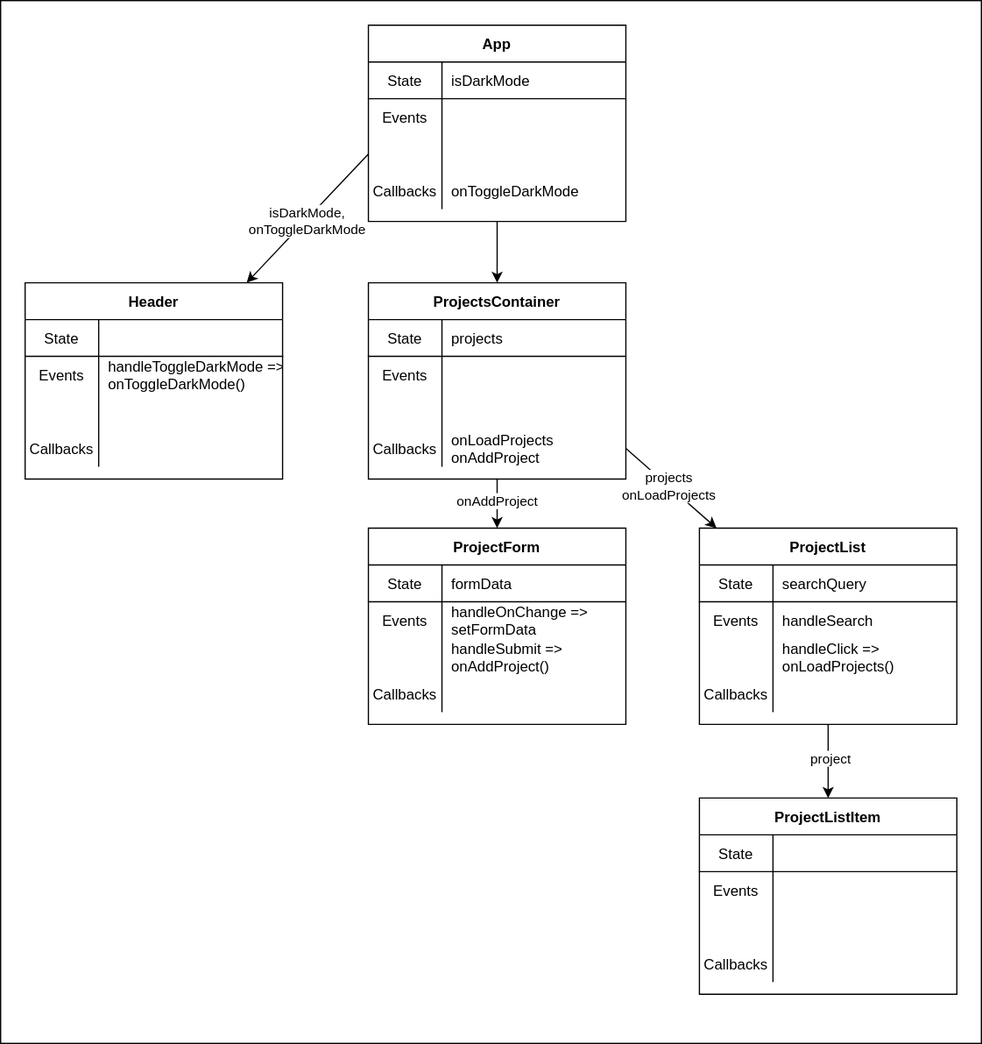
Before: 05_side_effects_and_data_fetching/assets/component-hierarchy-diagram.drawio.svg, a diagram exported from draw.io (learn-co-students/SENG-LIVE-082922-phase-2-react). Source tidied: cells renumbered, new cells last; positions are measured from the earlier drawing's top-left corner, leaving out a move shared by most shapes.
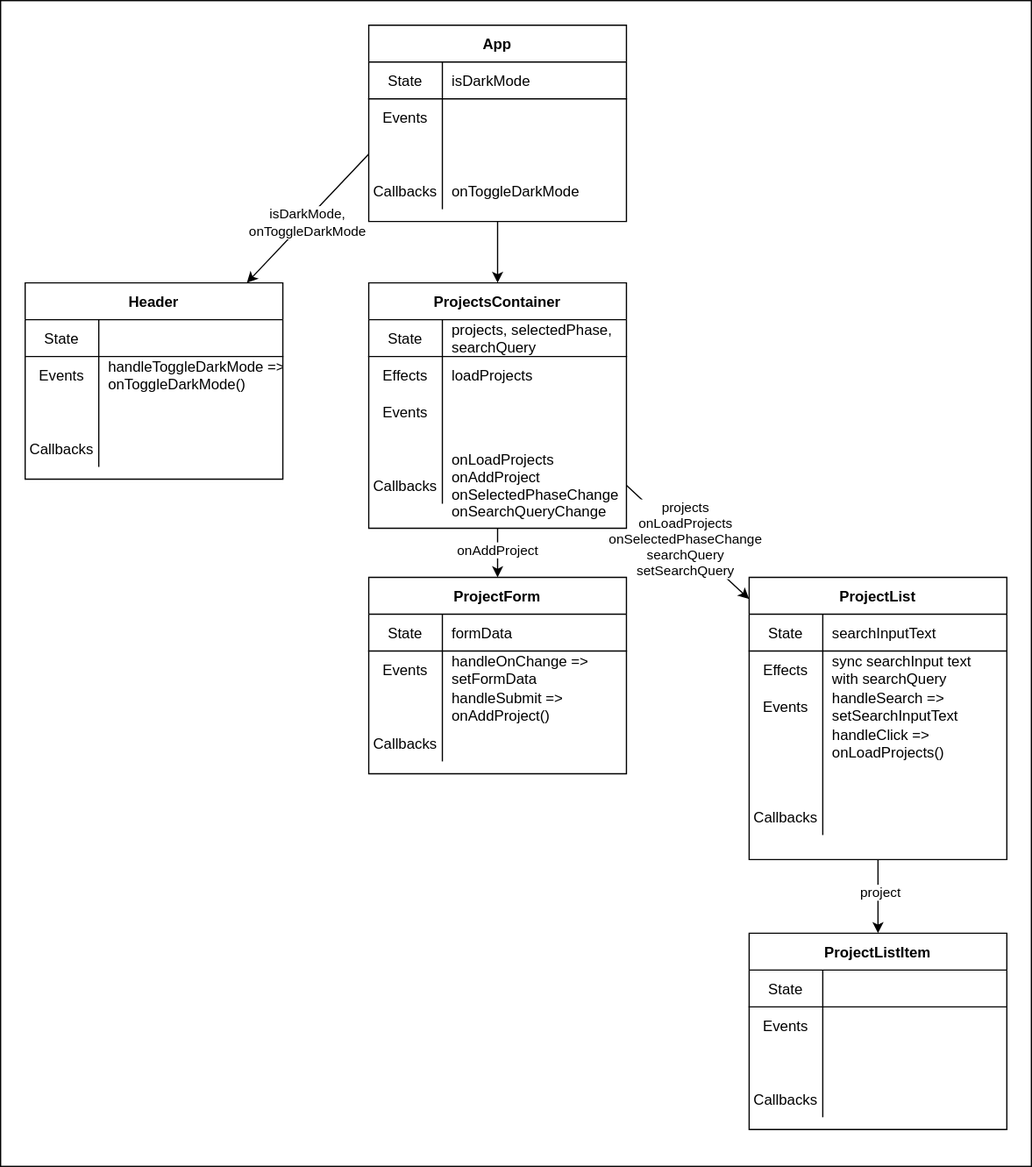
Above is the later version.

Change to the diagram source:
```diff
@@ -3,7 +3,7 @@
     <mxCell id="0" />
     <mxCell id="1" parent="0" />
     <mxCell id="2" style="rounded=0;whiteSpace=wrap;html=1;" parent="1" vertex="1">
-      <mxGeometry width="800" height="850" as="geometry" />
+      <mxGeometry width="840" height="950" as="geometry" />
     </mxCell>
     <mxCell id="3" style="edgeStyle=none;html=1;exitX=0;exitY=0.5;exitDx=0;exitDy=0;" parent="1" edge="1" source="17" target="23">
       <mxGeometry relative="1" as="geometry" />
@@ -11,10 +11,8 @@
     <mxCell id="4" value="&lt;font&gt;isDarkMode,&lt;br&gt;onToggleDarkMode&lt;/font&gt;" style="edgeLabel;html=1;align=center;verticalAlign=middle;fontColor=default;" parent="3" vertex="1">
       <mxGeometry x="0.03" y="1" relative="1" as="geometry" />
     </mxCell>
-    <mxCell id="5" style="edgeStyle=none;html=1;" parent="1" edge="1" target="36">
-      <mxGeometry relative="1" as="geometry">
-        <mxPoint x="405" y="390" as="sourcePoint" />
-      </mxGeometry>
+    <mxCell id="5" style="edgeStyle=none;html=1;exitX=0.5;exitY=1;exitDx=0;exitDy=0;" parent="1" edge="1" source="77" target="36">
+      <mxGeometry relative="1" as="geometry" />
     </mxCell>
     <mxCell id="6" value="onAddProject" style="edgeLabel;html=1;align=center;verticalAlign=middle;" parent="5" vertex="1">
       <mxGeometry x="-0.13" y="-1" relative="1" as="geometry" />
@@ -22,7 +20,7 @@
     <mxCell id="7" style="edgeStyle=none;html=1;exitX=1;exitY=0.5;exitDx=0;exitDy=0;" parent="1" edge="1" source="87" target="51">
       <mxGeometry relative="1" as="geometry" />
     </mxCell>
-    <mxCell id="8" value="&lt;font&gt;projects&lt;br&gt;onLoadProjects&lt;/font&gt;" style="edgeLabel;html=1;align=center;verticalAlign=middle;fontColor=default;" parent="7" vertex="1">
+    <mxCell id="8" value="&lt;font&gt;projects&lt;br&gt;onLoadProjects&lt;br&gt;onSelectedPhaseChange&lt;br&gt;searchQuery&lt;br&gt;setSearchQuery&lt;br&gt;&lt;/font&gt;" style="edgeLabel;html=1;align=center;verticalAlign=middle;fontColor=default;" parent="7" vertex="1">
       <mxGeometry x="-0.06" relative="1" as="geometry" />
     </mxCell>
     <mxCell id="9" style="edgeStyle=none;html=1;entryX=0.5;entryY=0;entryDx=0;entryDy=0;" parent="1" edge="1" source="10" target="77">
@@ -107,7 +105,7 @@
       <mxGeometry x="60" width="150" height="30" as="geometry" />
     </mxCell>
     <mxCell id="36" value="ProjectForm" style="shape=table;startSize=30;rowLines=0;fontStyle=1;align=center;" parent="1" vertex="1">
-      <mxGeometry x="300" y="430" width="210" height="160" as="geometry" />
+      <mxGeometry x="300" y="470" width="210" height="160" as="geometry" />
     </mxCell>
     <mxCell id="37" style="shape=partialRectangle;fillColor=none;top=0;left=0;bottom=1;right=0;" parent="36" vertex="1">
       <mxGeometry y="30" width="210" height="30" as="geometry" />
@@ -152,7 +150,7 @@
       <mxGeometry x="-0.12" y="1" relative="1" as="geometry" />
     </mxCell>
     <mxCell id="51" value="ProjectList" style="shape=table;startSize=30;rowLines=0;fontStyle=1;align=center;" parent="1" vertex="1">
-      <mxGeometry x="570" y="430" width="210" height="160" as="geometry" />
+      <mxGeometry x="610" y="470" width="210" height="230" as="geometry" />
     </mxCell>
     <mxCell id="52" style="shape=partialRectangle;fillColor=none;top=0;left=0;bottom=1;right=0;" parent="51" vertex="1">
       <mxGeometry y="30" width="210" height="30" as="geometry" />
@@ -160,29 +158,47 @@
     <mxCell id="53" value="State" style="shape=partialRectangle;fillColor=none;top=0;left=0;bottom=0;right=0;fontStyle=0;overflow=hidden;" parent="52" vertex="1">
       <mxGeometry width="60" height="30" as="geometry" />
     </mxCell>
-    <mxCell id="54" value="searchQuery" style="shape=partialRectangle;fillColor=none;top=0;left=0;bottom=0;right=0;align=left;spacingLeft=6;fontStyle=0;overflow=hidden;" parent="52" vertex="1">
+    <mxCell id="54" value="searchInputText" style="shape=partialRectangle;fillColor=none;top=0;left=0;bottom=0;right=0;align=left;spacingLeft=6;fontStyle=0;overflow=hidden;" parent="52" vertex="1">
       <mxGeometry x="60" width="150" height="30" as="geometry" />
     </mxCell>
+    <mxCell id="90" style="shape=partialRectangle;fillColor=none;top=0;left=0;bottom=0;right=0;" parent="51" vertex="1">
+      <mxGeometry y="60" width="210" height="30" as="geometry" />
+    </mxCell>
+    <mxCell id="91" value="Effects" style="shape=partialRectangle;fillColor=none;top=0;left=0;bottom=0;right=0;overflow=hidden;" parent="90" vertex="1">
+      <mxGeometry width="60" height="30" as="geometry" />
+    </mxCell>
+    <mxCell id="92" value="sync searchInput text &#10;with searchQuery" style="shape=partialRectangle;fillColor=none;top=0;left=0;bottom=0;right=0;align=left;spacingLeft=6;overflow=hidden;" parent="90" vertex="1">
+      <mxGeometry x="60" width="150" height="30" as="geometry" />
+    </mxCell>
     <mxCell id="55" style="shape=partialRectangle;fillColor=none;top=0;left=0;bottom=0;right=0;" parent="51" vertex="1">
-      <mxGeometry y="60" width="210" height="30" as="geometry" />
+      <mxGeometry y="90" width="210" height="30" as="geometry" />
     </mxCell>
     <mxCell id="56" value="Events" style="shape=partialRectangle;fillColor=none;top=0;left=0;bottom=0;right=0;overflow=hidden;" parent="55" vertex="1">
       <mxGeometry width="60" height="30" as="geometry" />
     </mxCell>
-    <mxCell id="57" value="handleSearch" style="shape=partialRectangle;fillColor=none;top=0;left=0;bottom=0;right=0;align=left;spacingLeft=6;overflow=hidden;" parent="55" vertex="1">
+    <mxCell id="57" value="handleSearch =&gt; &#10;setSearchInputText" style="shape=partialRectangle;fillColor=none;top=0;left=0;bottom=0;right=0;align=left;spacingLeft=6;overflow=hidden;" parent="55" vertex="1">
       <mxGeometry x="60" width="150" height="30" as="geometry" />
     </mxCell>
     <mxCell id="58" style="shape=partialRectangle;fillColor=none;top=0;left=0;bottom=0;right=0;" parent="51" vertex="1">
-      <mxGeometry y="90" width="210" height="30" as="geometry" />
+      <mxGeometry y="120" width="210" height="30" as="geometry" />
     </mxCell>
     <mxCell id="59" style="shape=partialRectangle;fillColor=none;top=0;left=0;bottom=0;right=0;overflow=hidden;" parent="58" vertex="1">
       <mxGeometry width="60" height="30" as="geometry" />
     </mxCell>
-    <mxCell id="60" value="handleClick =&gt;&#10;onLoadProjects()" style="shape=partialRectangle;fillColor=none;top=0;left=0;bottom=0;right=0;align=left;spacingLeft=6;overflow=hidden;fontColor=default;" parent="58" vertex="1">
+    <mxCell id="60" value="handleClick =&gt;&#10;onLoadProjects()" style="shape=partialRectangle;fillColor=none;top=0;left=0;bottom=0;right=0;align=left;spacingLeft=6;overflow=visible;fontColor=default;" parent="58" vertex="1">
       <mxGeometry x="60" width="150" height="30" as="geometry" />
     </mxCell>
+    <mxCell id="93" style="shape=partialRectangle;fillColor=none;top=0;left=0;bottom=0;right=0;" parent="51" vertex="1">
+      <mxGeometry y="150" width="210" height="30" as="geometry" />
+    </mxCell>
+    <mxCell id="94" style="shape=partialRectangle;fillColor=none;top=0;left=0;bottom=0;right=0;overflow=hidden;" parent="93" vertex="1">
+      <mxGeometry width="60" height="30" as="geometry" />
+    </mxCell>
+    <mxCell id="95" style="shape=partialRectangle;fillColor=none;top=0;left=0;bottom=0;right=0;align=left;spacingLeft=6;overflow=visible;fontColor=default;" parent="93" vertex="1">
+      <mxGeometry x="60" width="150" height="30" as="geometry" />
+    </mxCell>
     <mxCell id="61" style="shape=partialRectangle;fillColor=none;top=0;left=0;bottom=0;right=0;" parent="51" vertex="1">
-      <mxGeometry y="120" width="210" height="30" as="geometry" />
+      <mxGeometry y="180" width="210" height="30" as="geometry" />
     </mxCell>
     <mxCell id="62" value="Callbacks" style="shape=partialRectangle;fillColor=none;top=0;left=0;bottom=0;right=0;overflow=hidden;" parent="61" vertex="1">
       <mxGeometry width="60" height="30" as="geometry" />
@@ -191,7 +207,7 @@
       <mxGeometry x="60" width="150" height="30" as="geometry" />
     </mxCell>
     <mxCell id="64" value="ProjectListItem" style="shape=table;startSize=30;rowLines=0;fontStyle=1;align=center;" parent="1" vertex="1">
-      <mxGeometry x="570" y="650" width="210" height="160" as="geometry" />
+      <mxGeometry x="610" y="760" width="210" height="160" as="geometry" />
     </mxCell>
     <mxCell id="65" style="shape=partialRectangle;fillColor=none;top=0;left=0;bottom=1;right=0;" parent="64" vertex="1">
       <mxGeometry y="30" width="210" height="30" as="geometry" />
@@ -230,7 +246,7 @@
       <mxGeometry x="60" width="150" height="30" as="geometry" />
     </mxCell>
     <mxCell id="77" value="ProjectsContainer" style="shape=table;startSize=30;rowLines=0;fontStyle=1;align=center;" parent="1" vertex="1">
-      <mxGeometry x="300" y="230" width="210" height="160" as="geometry" />
+      <mxGeometry x="300" y="230" width="210" height="200" as="geometry" />
     </mxCell>
     <mxCell id="78" style="shape=partialRectangle;fillColor=none;top=0;left=0;bottom=1;right=0;" parent="77" vertex="1">
       <mxGeometry y="30" width="210" height="30" as="geometry" />
@@ -238,11 +254,20 @@
     <mxCell id="79" value="State" style="shape=partialRectangle;fillColor=none;top=0;left=0;bottom=0;right=0;fontStyle=0;overflow=hidden;" parent="78" vertex="1">
       <mxGeometry width="60" height="30" as="geometry" />
     </mxCell>
-    <mxCell id="80" value="projects" style="shape=partialRectangle;fillColor=none;top=0;left=0;bottom=0;right=0;align=left;spacingLeft=6;fontStyle=0;overflow=hidden;fontColor=default;" parent="78" vertex="1">
+    <mxCell id="80" value="projects, selectedPhase,&#10;searchQuery" style="shape=partialRectangle;fillColor=none;top=0;left=0;bottom=0;right=0;align=left;spacingLeft=6;fontStyle=0;overflow=hidden;fontColor=default;" parent="78" vertex="1">
       <mxGeometry x="60" width="150" height="30" as="geometry" />
     </mxCell>
+    <mxCell id="96" style="shape=partialRectangle;fillColor=none;top=0;left=0;bottom=0;right=0;" parent="77" vertex="1">
+      <mxGeometry y="60" width="210" height="30" as="geometry" />
+    </mxCell>
+    <mxCell id="97" value="Effects" style="shape=partialRectangle;fillColor=none;top=0;left=0;bottom=0;right=0;overflow=hidden;" parent="96" vertex="1">
+      <mxGeometry width="60" height="30" as="geometry" />
+    </mxCell>
+    <mxCell id="98" value="loadProjects" style="shape=partialRectangle;fillColor=none;top=0;left=0;bottom=0;right=0;align=left;spacingLeft=6;overflow=hidden;" parent="96" vertex="1">
+      <mxGeometry x="60" width="150" height="30" as="geometry" />
+    </mxCell>
     <mxCell id="81" style="shape=partialRectangle;fillColor=none;top=0;left=0;bottom=0;right=0;" parent="77" vertex="1">
-      <mxGeometry y="60" width="210" height="30" as="geometry" />
+      <mxGeometry y="90" width="210" height="30" as="geometry" />
     </mxCell>
     <mxCell id="82" value="Events" style="shape=partialRectangle;fillColor=none;top=0;left=0;bottom=0;right=0;overflow=hidden;" parent="81" vertex="1">
       <mxGeometry width="60" height="30" as="geometry" />
@@ -251,7 +276,7 @@
       <mxGeometry x="60" width="150" height="30" as="geometry" />
     </mxCell>
     <mxCell id="84" style="shape=partialRectangle;fillColor=none;top=0;left=0;bottom=0;right=0;" parent="77" vertex="1">
-      <mxGeometry y="90" width="210" height="30" as="geometry" />
+      <mxGeometry y="120" width="210" height="30" as="geometry" />
     </mxCell>
     <mxCell id="85" style="shape=partialRectangle;fillColor=none;top=0;left=0;bottom=0;right=0;overflow=hidden;" parent="84" vertex="1">
       <mxGeometry width="60" height="30" as="geometry" />
@@ -260,12 +285,12 @@
       <mxGeometry x="60" width="150" height="30" as="geometry" />
     </mxCell>
     <mxCell id="87" style="shape=partialRectangle;fillColor=none;top=0;left=0;bottom=0;right=0;points=[[0,0.5],[1,0.5]];portConstraint=eastwest;" parent="77" vertex="1">
-      <mxGeometry y="120" width="210" height="30" as="geometry" />
+      <mxGeometry y="150" width="210" height="30" as="geometry" />
     </mxCell>
     <mxCell id="88" value="Callbacks" style="shape=partialRectangle;fillColor=none;top=0;left=0;bottom=0;right=0;overflow=hidden;" parent="87" vertex="1">
       <mxGeometry width="60" height="30" as="geometry" />
     </mxCell>
-    <mxCell id="89" value="onLoadProjects&#10;onAddProject" style="shape=partialRectangle;fillColor=none;top=0;left=0;bottom=0;right=0;align=left;spacingLeft=6;overflow=hidden;strokeColor=#3333FF;fontColor=default;" parent="87" vertex="1">
+    <mxCell id="89" value="onLoadProjects&#10;onAddProject&#10;onSelectedPhaseChange&#10;onSearchQueryChange" style="shape=partialRectangle;fillColor=none;top=0;left=0;bottom=0;right=0;align=left;spacingLeft=6;overflow=visible;strokeColor=#3333FF;fontColor=default;colspan=1;rowspan=1;" parent="87" vertex="1">
       <mxGeometry x="60" width="150" height="30" as="geometry" />
     </mxCell>
   </root>
```
